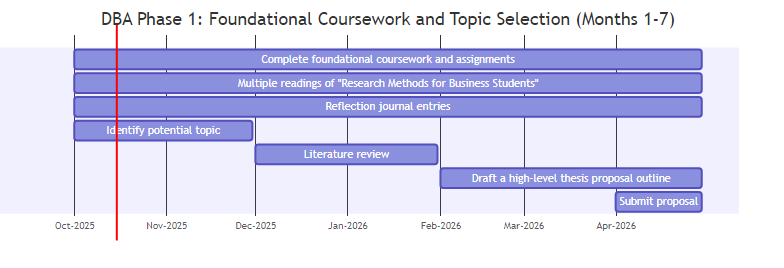
This is assets/mermaid/dba_phase_1_foundational_coursework_and_topic.png from cw18-coder/ESGCIDBA_Website, a Mermaid export, as it was before one commit. Its source is kept beside it as assets/mermaid/dba_phase_1_foundational_coursework_and_topic.mmd. Source of this version:
```mermaid
gantt
    title DBA Phase 1: Foundational Coursework and Topic Selection (Months 1-7)
    dateFormat YYYY-MM-DD
    axisFormat %b-%Y

    Complete foundational coursework and assignments : 2025-10-01, 2026-04-30
    Multiple readings of "Research Methods for Business Students" : 2025-10-01, 2026-04-30
    Reflection journal entries : 2025-10-01, 2026-04-30
    Identify potential topic : 2025-10-01, 2025-11-30
    Literature review : 2025-12-01, 2026-01-31
    Draft a high-level thesis proposal outline : 2026-02-01, 2026-04-30
    Submit proposal : 2026-04-01, 2026-04-30
```
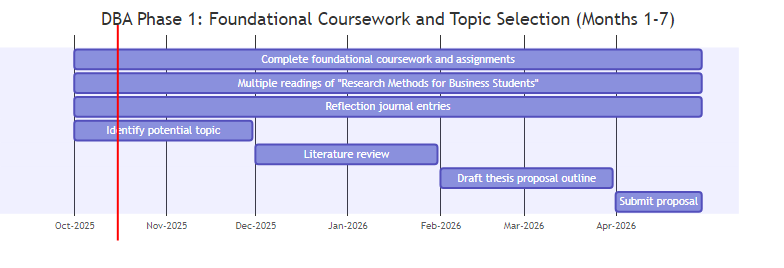
Above is the later version.

Commit message:
feat: Update thesis proposal outline dates for clarity and consistency across documentation

Change to the diagram source:
```diff
@@ -8,5 +8,5 @@
     Reflection journal entries : 2025-10-01, 2026-04-30
     Identify potential topic : 2025-10-01, 2025-11-30
     Literature review : 2025-12-01, 2026-01-31
-    Draft a high-level thesis proposal outline : 2026-02-01, 2026-04-30
+    Draft thesis proposal outline : 2026-02-01, 2026-03-31
     Submit proposal : 2026-04-01, 2026-04-30
```
